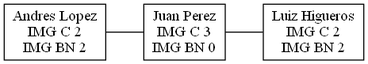
This is Fase1/colaRecepcion.png from d-acetun/simulacion-sistema-impresion-de-imagenes, a Graphviz export, as it was before one commit. Its source is kept beside it as Fase1/colaRecepcion.dot.
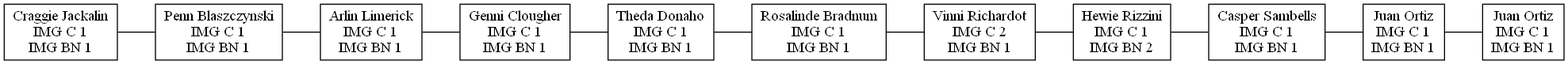
After the commit.

Diff of the diagram source:
```diff
@@ -1,10 +1,26 @@
 digraph ejemplo {
 node[shape=box]
 edge[arrowhead=none]
-0 [label="Andres Lopez\nIMG C 2\nIMG BN 2"]
-1 [label="Juan Perez\nIMG C 3\nIMG BN 0"]
-2 [label="Luiz Higueros\nIMG C 2\nIMG BN 2"]
+0 [label="Craggie Jackalin\nIMG C 1\nIMG BN 1"]
+1 [label="Penn Blaszczynski\nIMG C 1\nIMG BN 1"]
+2 [label="Arlin Limerick\nIMG C 1\nIMG BN 1"]
+3 [label="Genni Clougher\nIMG C 1\nIMG BN 1"]
+4 [label="Theda Donaho\nIMG C 1\nIMG BN 1"]
+5 [label="Rosalinde Bradnum\nIMG C 1\nIMG BN 1"]
+6 [label="Vinni Richardot\nIMG C 2\nIMG BN 1"]
+7 [label="Hewie Rizzini\nIMG C 1\nIMG BN 2"]
+8 [label="Casper Sambells\nIMG C 1\nIMG BN 1"]
+9 [label="Juan Ortiz\nIMG C 1\nIMG BN 1"]
+10 [label="Juan Ortiz\nIMG C 1\nIMG BN 1"]
 0->1
 1->2
+2->3
+3->4
+4->5
+5->6
+6->7
+7->8
+8->9
+9->10
 rankdir=LR
 }
```
